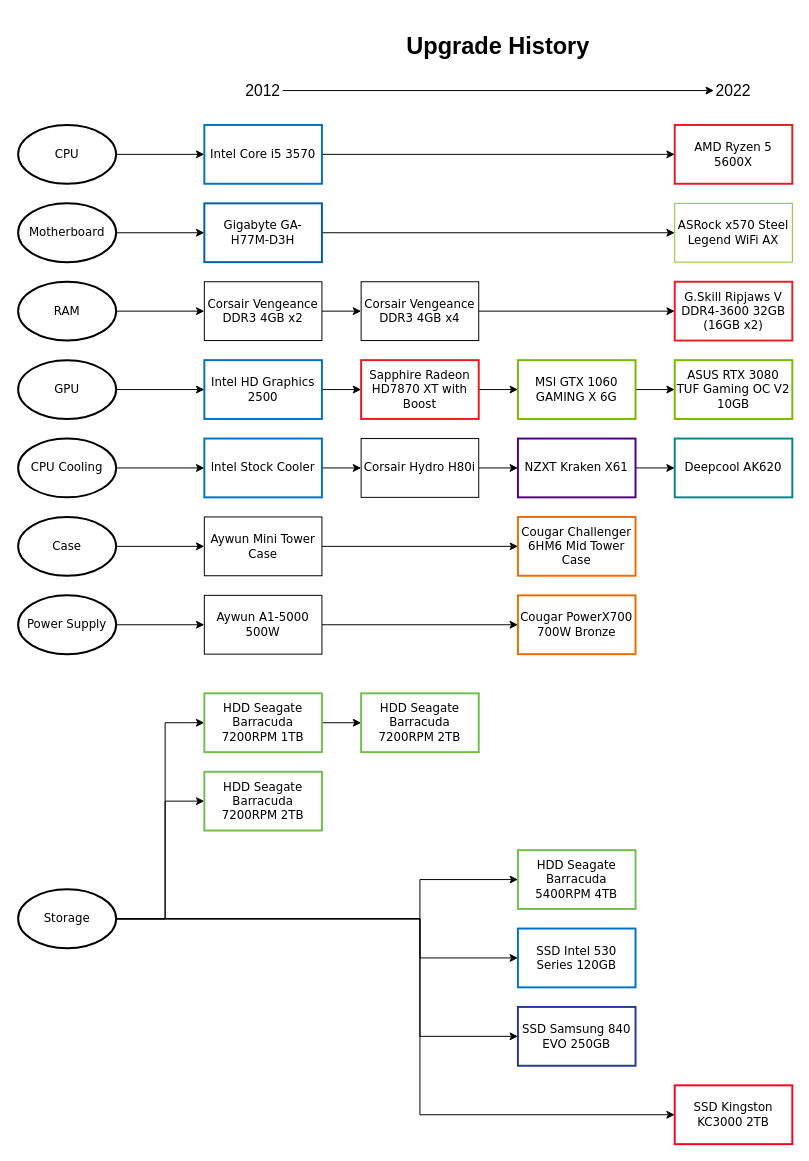
Earlier version of the draw.io diagram assets/Upgrade History.drawio (R12A7S6/PCShowRoom). Source tidied: cells renumbered, new cells numbered last; positions are measured from the earlier drawing's top-left corner, leaving out a move shared by most shapes. Both pictures are drawn from the tidied source at 98%, with x=0, y=0 at pixel (18, 26).
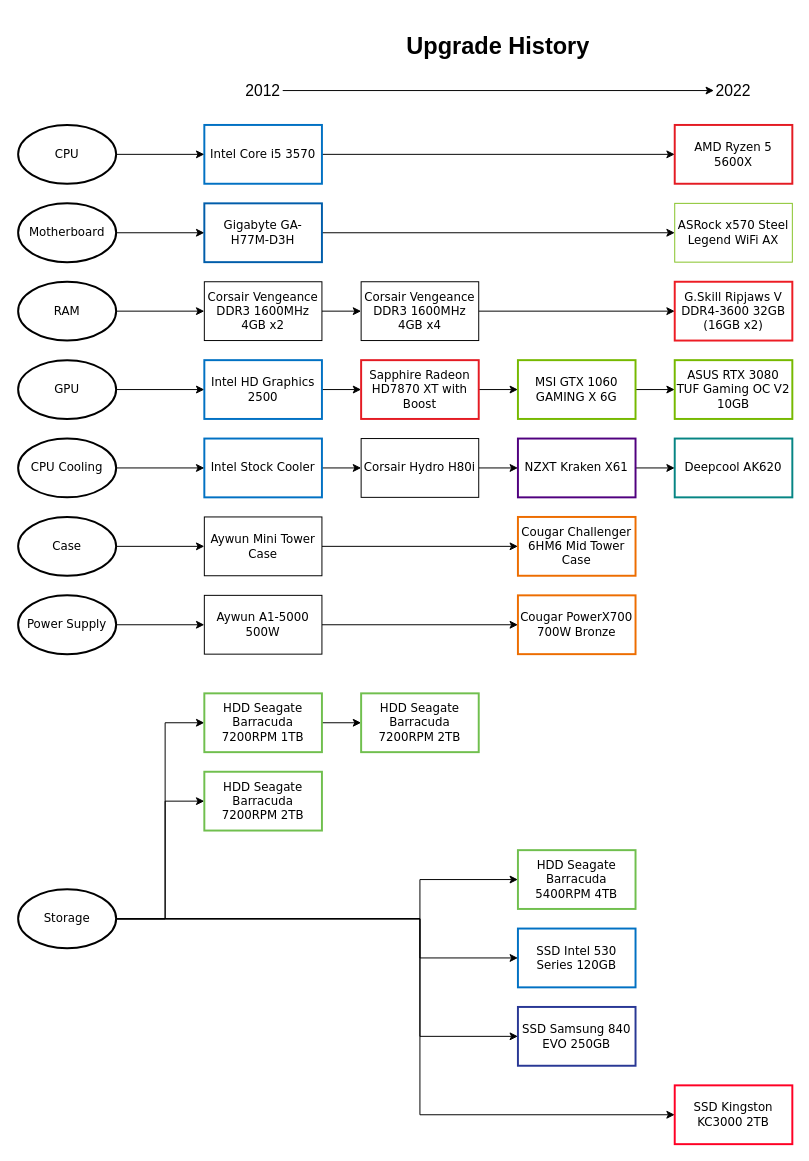
The same page after the edit.

Commit message (it also covers changes not shown here):
Completed Diagram.

Diff of the diagram source:
```diff
@@
-    <mxCell id="12" value="Corsair Vengeance DDR3 4GB x2" style="rounded=0;whiteSpace=wrap;html=1;strokeWidth=1;fontFamily=Verdana;" parent="1" vertex="1">
+    <mxCell id="12" value="Corsair Vengeance DDR3 1600MHz 4GB x2" style="rounded=0;whiteSpace=wrap;html=1;strokeWidth=1;fontFamily=Verdana;" parent="1" vertex="1">
       <mxGeometry x="190" y="260" width="120" height="60" as="geometry" />
     </mxCell>
@@
-    <mxCell id="42" value="Corsair Vengeance DDR3 4GB x4" style="rounded=0;whiteSpace=wrap;html=1;strokeWidth=1;fontFamily=Verdana;strokeColor=#000000;" parent="1" vertex="1">
+    <mxCell id="42" value="Corsair Vengeance DDR3 1600MHz 4GB x4" style="rounded=0;whiteSpace=wrap;html=1;strokeWidth=1;fontFamily=Verdana;strokeColor=#000000;" parent="1" vertex="1">
       <mxGeometry x="350" y="260" width="120" height="60" as="geometry" />
     </mxCell>
```
